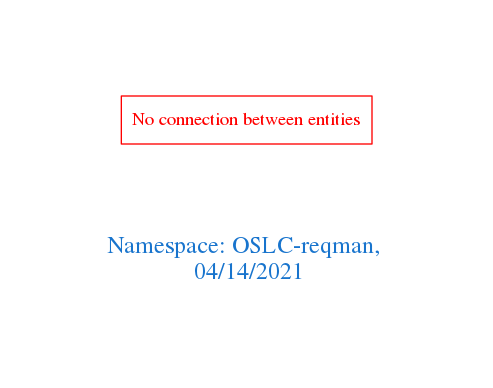
Above: downloads/OSLC-reqman.png in arago/OGIT (Graphviz), before the change. Its source is kept beside it as downloads/OSLC-reqman.dot.
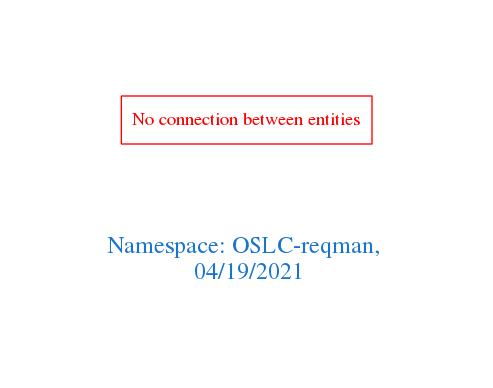
After the commit.

The edit, as a diff of the source:
```diff
@@ -1,7 +1,7 @@
 digraph OGIT_ontology {
  graph [ rankdir= LR,pad=1
 fontsize = 18,
-fontcolor= dodgerblue3,label = "\n\n\nNamespace: OSLC-reqman, \n 04/14/2021"];
+fontcolor= dodgerblue3,label = "\n\n\nNamespace: OSLC-reqman, \n 04/19/2021"];
 node[shape=polygon];
 edge [  color="gray81"];
 
```
